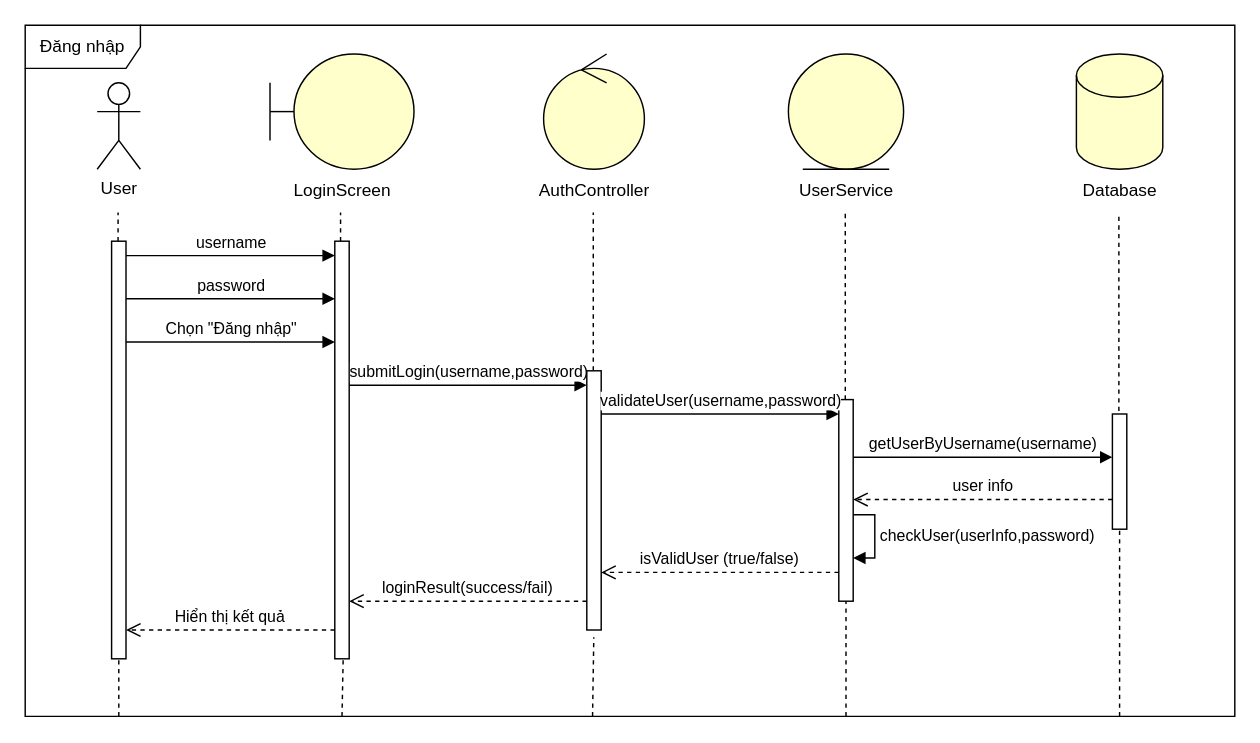
The draw.io diagram Sequence diagram/Login/login.drawio in cuongceg/BTL-IT3120, before the edit. Source tidied: cells renumbered, new cells numbered last; positions are measured from the earlier drawing's top-left corner, leaving out a move shared by most shapes. Both pictures are drawn from the tidied source at 144%, with x=0, y=0 at pixel (24, 24).
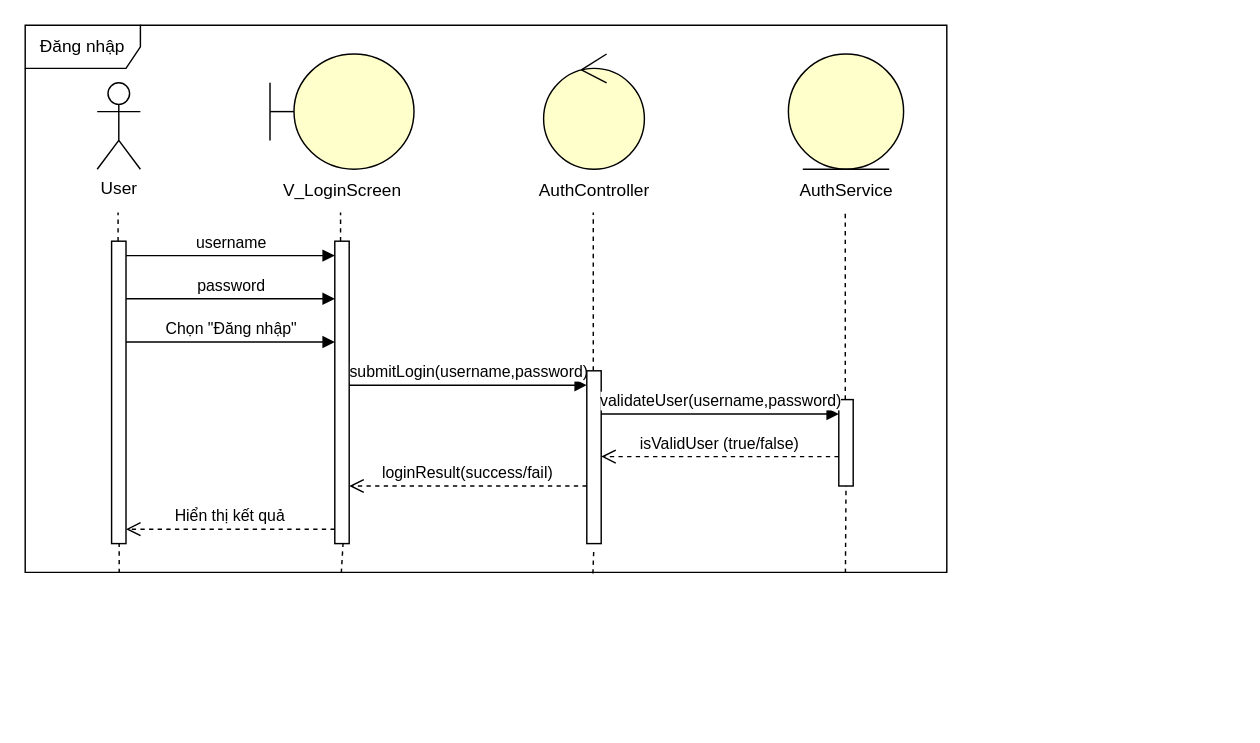
The same page after the edit.

Commit message:
Cập nhật login.drawio

Diff of the diagram source:
```diff
@@
-    <mxCell id="6" style="endArrow=none;dashed=1;html=1;rounded=0;entryX=0.5;entryY=0.5;entryDx=0;entryDy=0;entryPerimeter=0;" parent="1" edge="1" target="7">
+    <mxCell id="6" style="endArrow=none;dashed=1;html=1;rounded=0;entryX=0.5;entryY=0.5;entryDx=0;entryDy=0;entryPerimeter=0;exitX=0.102;exitY=1.001;exitDx=0;exitDy=0;exitPerimeter=0;" parent="1" edge="1" source="37" target="7">
       <mxGeometry relative="1" as="geometry">
-        <mxPoint x="65" y="480" as="sourcePoint" />
         <Array as="points">
           <mxPoint x="65" y="190" />
         </Array>
       </mxGeometry>
     </mxCell>
     <mxCell id="7" style="html=1;points=[[0,0,0,0,5],[0,1,0,0,-5],[1,0,0,0,5],[1,1,0,0,-5]];perimeter=orthogonalPerimeter;outlineConnect=0;targetShapes=umlLifeline;portConstraint=eastwest;newEdgeStyle={&quot;curved&quot;:0,&quot;rounded&quot;:0};" parent="1" vertex="1">
-      <mxGeometry x="60" y="150" width="10" height="290" as="geometry" />
+      <mxGeometry x="60" y="150" width="10" height="210" as="geometry" />
     </mxCell>
-    <mxCell id="8" style="endArrow=none;dashed=1;html=1;rounded=0;entryX=0.588;entryY=0.988;entryDx=0;entryDy=0;entryPerimeter=0;" parent="1" edge="1" target="9">
-      <mxGeometry relative="1" as="geometry">
-        <mxPoint x="220" y="480" as="sourcePoint" />
-      </mxGeometry>
+    <mxCell id="8" style="endArrow=none;dashed=1;html=1;rounded=0;entryX=0.588;entryY=0.988;entryDx=0;entryDy=0;entryPerimeter=0;exitX=0.343;exitY=1.001;exitDx=0;exitDy=0;exitPerimeter=0;" parent="1" edge="1" source="37" target="9">
+      <mxGeometry relative="1" as="geometry" />
     </mxCell>
     <mxCell id="9" style="html=1;points=[[0,0,0,0,5],[0,1,0,0,-5],[1,0,0,0,5],[1,1,0,0,-5]];perimeter=orthogonalPerimeter;outlineConnect=0;targetShapes=umlLifeline;portConstraint=eastwest;newEdgeStyle={&quot;curved&quot;:0,&quot;rounded&quot;:0};" parent="1" vertex="1">
-      <mxGeometry x="215" y="150" width="10" height="290" as="geometry" />
+      <mxGeometry x="215" y="150" width="10" height="210" as="geometry" />
     </mxCell>
@@
-    <mxCell id="18" style="endArrow=none;dashed=1;html=1;rounded=0;entryX=0.5;entryY=1;entryDx=0;entryDy=0;" parent="1" edge="1" target="19">
-      <mxGeometry relative="1" as="geometry">
-        <mxPoint x="570" y="480" as="sourcePoint" />
-      </mxGeometry>
+    <mxCell id="18" style="endArrow=none;dashed=1;html=1;rounded=0;entryX=0.5;entryY=1;entryDx=0;entryDy=0;exitX=0.89;exitY=1.001;exitDx=0;exitDy=0;exitPerimeter=0;" parent="1" edge="1" source="37" target="19">
+      <mxGeometry relative="1" as="geometry" />
     </mxCell>
     <mxCell id="19" style="html=1;points=[[0,0,0,0,5],[0,1,0,0,-5],[1,0,0,0,5],[1,1,0,0,-5]];perimeter=orthogonalPerimeter;outlineConnect=0;targetShapes=umlLifeline;portConstraint=eastwest;newEdgeStyle={&quot;curved&quot;:0,&quot;rounded&quot;:0};" parent="1" vertex="1">
-      <mxGeometry x="565" y="260" width="10" height="140" as="geometry" />
+      <mxGeometry x="565" y="260" width="10" height="60" as="geometry" />
     </mxCell>
-    <mxCell id="20" style="endArrow=none;dashed=1;html=1;rounded=0;entryX=0.486;entryY=1.028;entryDx=0;entryDy=0;entryPerimeter=0;" parent="1" edge="1" target="21">
-      <mxGeometry relative="1" as="geometry">
-        <mxPoint x="394" y="480" as="sourcePoint" />
-      </mxGeometry>
+    <mxCell id="20" style="endArrow=none;dashed=1;html=1;rounded=0;entryX=0.486;entryY=1.028;entryDx=0;entryDy=0;entryPerimeter=0;exitX=0.616;exitY=1.002;exitDx=0;exitDy=0;exitPerimeter=0;" parent="1" edge="1" source="37" target="21">
+      <mxGeometry relative="1" as="geometry" />
     </mxCell>
     <mxCell id="21" style="html=1;points=[[0,0,0,0,5],[0,1,0,0,-5],[1,0,0,0,5],[1,1,0,0,-5]];perimeter=orthogonalPerimeter;outlineConnect=0;targetShapes=umlLifeline;portConstraint=eastwest;newEdgeStyle={&quot;curved&quot;:0,&quot;rounded&quot;:0};" parent="1" vertex="1">
-      <mxGeometry x="390" y="240" width="10" height="180" as="geometry" />
+      <mxGeometry x="390" y="240" width="10" height="120" as="geometry" />
     </mxCell>
-    <mxCell id="22" value="getUserByUsername(username)" style="html=1;verticalAlign=bottom;endArrow=block;curved=0;rounded=0;" parent="1" edge="1" target="28">
-      <mxGeometry relative="1" as="geometry">
-        <mxPoint x="575" y="300" as="sourcePoint" />
-        <Array as="points">
-          <mxPoint x="645" y="300" />
-        </Array>
-      </mxGeometry>
-    </mxCell>
-    <mxCell id="23" value="user info" style="html=1;verticalAlign=bottom;endArrow=open;dashed=1;endSize=8;curved=0;rounded=0;" parent="1" edge="1" target="19">
-      <mxGeometry relative="1" as="geometry">
-        <mxPoint x="755" y="329.4" as="sourcePoint" />
-      </mxGeometry>
-    </mxCell>
     <mxCell id="24" value="isValidUser (true/false)" style="html=1;verticalAlign=bottom;endArrow=open;dashed=1;endSize=8;curved=0;rounded=0;" parent="1" edge="1">
       <mxGeometry relative="1" as="geometry">
-        <mxPoint x="565" y="380" as="sourcePoint" />
-        <mxPoint x="400" y="380" as="targetPoint" />
+        <mxPoint x="565" y="299.6" as="sourcePoint" />
+        <mxPoint x="400" y="299.6" as="targetPoint" />
       </mxGeometry>
     </mxCell>
-    <mxCell id="25" style="shape=cylinder3;whiteSpace=wrap;html=1;boundedLbl=1;backgroundOutline=1;size=15;fillColor=light-dark(#FFFFCC,#FFFFCC);" parent="1" vertex="1">
-      <mxGeometry x="730" y="20" width="60" height="80" as="geometry" />
-    </mxCell>
-    <mxCell id="26" style="endArrow=none;dashed=1;html=1;rounded=0;" parent="1" edge="1">
-      <mxGeometry relative="1" as="geometry">
-        <mxPoint x="759.5" y="280" as="sourcePoint" />
-        <mxPoint x="759.5" y="130" as="targetPoint" />
-      </mxGeometry>
-    </mxCell>
-    <mxCell id="27" style="endArrow=none;dashed=1;html=1;rounded=0;entryX=0.5;entryY=1;entryDx=0;entryDy=0;entryPerimeter=0;" parent="1" edge="1" target="28">
-      <mxGeometry relative="1" as="geometry">
-        <mxPoint x="760" y="480" as="sourcePoint" />
-      </mxGeometry>
-    </mxCell>
-    <mxCell id="28" style="html=1;points=[[0,0,0,0,5],[0,1,0,0,-5],[1,0,0,0,5],[1,1,0,0,-5]];perimeter=orthogonalPerimeter;outlineConnect=0;targetShapes=umlLifeline;portConstraint=eastwest;newEdgeStyle={&quot;curved&quot;:0,&quot;rounded&quot;:0};" parent="1" vertex="1">
-      <mxGeometry x="755" y="270" width="10" height="80" as="geometry" />
-    </mxCell>
@@
     <mxCell id="30" value="loginResult(success/fail)" style="html=1;verticalAlign=bottom;endArrow=open;dashed=1;endSize=8;curved=0;rounded=0;" parent="1" edge="1">
       <mxGeometry relative="1" as="geometry">
-        <mxPoint x="390" y="400" as="sourcePoint" />
-        <mxPoint x="225" y="400" as="targetPoint" />
+        <mxPoint x="390" y="320" as="sourcePoint" />
+        <mxPoint x="225" y="320" as="targetPoint" />
       </mxGeometry>
     </mxCell>
     <mxCell id="31" value="Hiển thị kết quả" style="html=1;verticalAlign=bottom;endArrow=open;dashed=1;endSize=8;curved=0;rounded=0;" parent="1" edge="1">
       <mxGeometry relative="1" as="geometry">
-        <mxPoint x="215" y="420" as="sourcePoint" />
-        <mxPoint x="70" y="420" as="targetPoint" />
+        <mxPoint x="215" y="350" as="sourcePoint" />
+        <mxPoint x="70" y="350" as="targetPoint" />
       </mxGeometry>
     </mxCell>
-    <mxCell id="32" value="checkUser(userInfo,password)" style="html=1;align=left;spacingLeft=2;endArrow=block;rounded=0;edgeStyle=orthogonalEdgeStyle;curved=0;rounded=0;" parent="1" edge="1">
-      <mxGeometry relative="1" as="geometry">
-        <mxPoint x="575" y="340" as="sourcePoint" />
-        <mxPoint x="575" y="370" as="targetPoint" />
-        <Array as="points">
-          <mxPoint x="590" y="340" />
-          <mxPoint x="590" y="370" />
-        </Array>
-      </mxGeometry>
-    </mxCell>
-    <mxCell id="33" value="&lt;span style=&quot;text-wrap-mode: wrap;&quot;&gt;LoginScreen&lt;/span&gt;" style="text;html=1;align=center;verticalAlign=middle;strokeColor=none;fillColor=none;" parent="1" vertex="1">
-      <mxGeometry x="175" y="100" width="90" height="30" as="geometry" />
+    <mxCell id="33" value="&lt;span style=&quot;text-wrap-mode: wrap;&quot;&gt;V_LoginScreen&lt;/span&gt;" style="text;html=1;align=center;verticalAlign=middle;strokeColor=none;fillColor=none;" parent="1" vertex="1">
+      <mxGeometry x="165" y="100" width="110" height="30" as="geometry" />
     </mxCell>
@@
-    <mxCell id="35" value="&lt;span style=&quot;text-wrap-mode: wrap;&quot;&gt;UserService&lt;/span&gt;" style="text;html=1;align=center;verticalAlign=middle;strokeColor=none;fillColor=none;" parent="1" vertex="1">
+    <mxCell id="35" value="&lt;span style=&quot;text-wrap-mode: wrap;&quot;&gt;AuthService&lt;/span&gt;" style="text;html=1;align=center;verticalAlign=middle;strokeColor=none;fillColor=none;" parent="1" vertex="1">
       <mxGeometry x="525" y="100" width="90" height="30" as="geometry" />
     </mxCell>
-    <mxCell id="36" value="&lt;span style=&quot;text-wrap-mode: wrap;&quot;&gt;Database&lt;/span&gt;" style="text;html=1;align=center;verticalAlign=middle;strokeColor=none;fillColor=none;" parent="1" vertex="1">
-      <mxGeometry x="725" y="100" width="70" height="30" as="geometry" />
-    </mxCell>
     <mxCell id="37" value="Đăng nhập" style="shape=umlFrame;whiteSpace=wrap;html=1;width=80;height=30;" parent="1" vertex="1">
-      <mxGeometry width="840" height="480" as="geometry" />
+      <mxGeometry width="640" height="380" as="geometry" />
     </mxCell>
```
